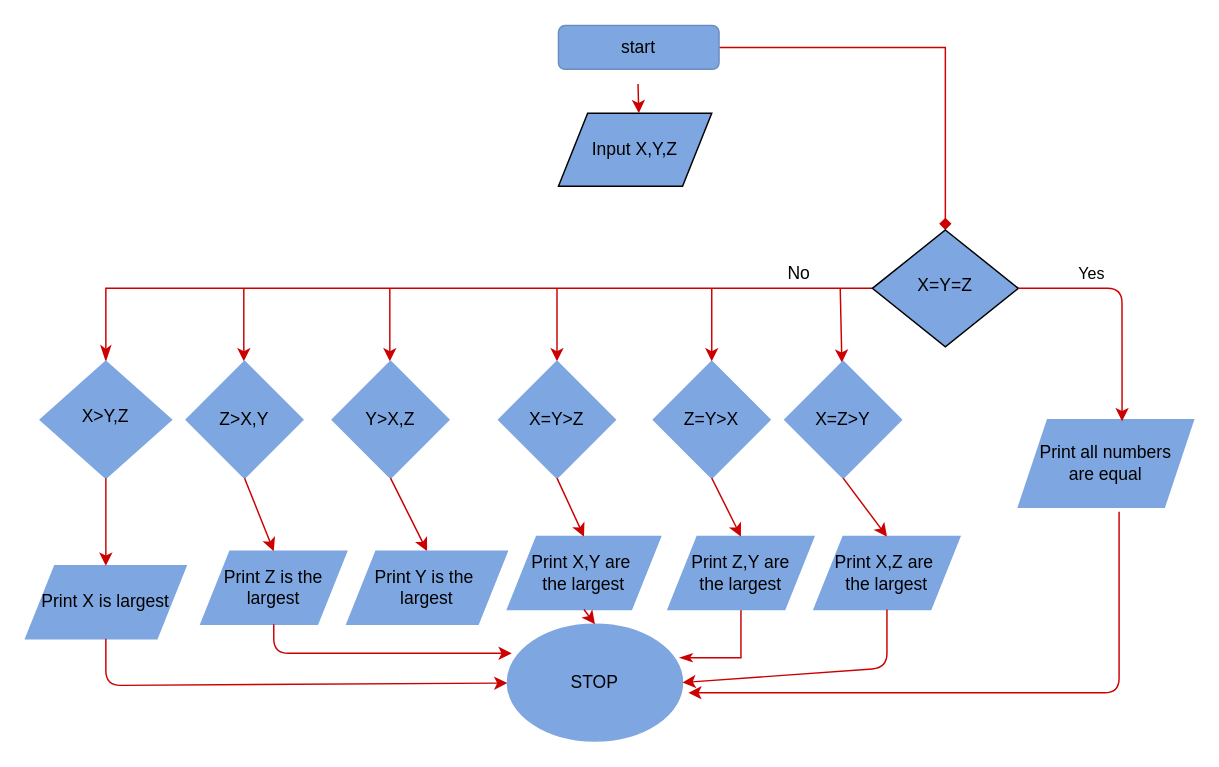
Above: Untitled Diagram.drawio in quirkless701/Hello-world (draw.io), before the change. Source tidied: cells renumbered, new cells numbered last; positions are measured from the earlier drawing's top-left corner, leaving out a move shared by most shapes. Both pictures are drawn from the tidied source at 146%, with x=0, y=0 at pixel (25, 25).
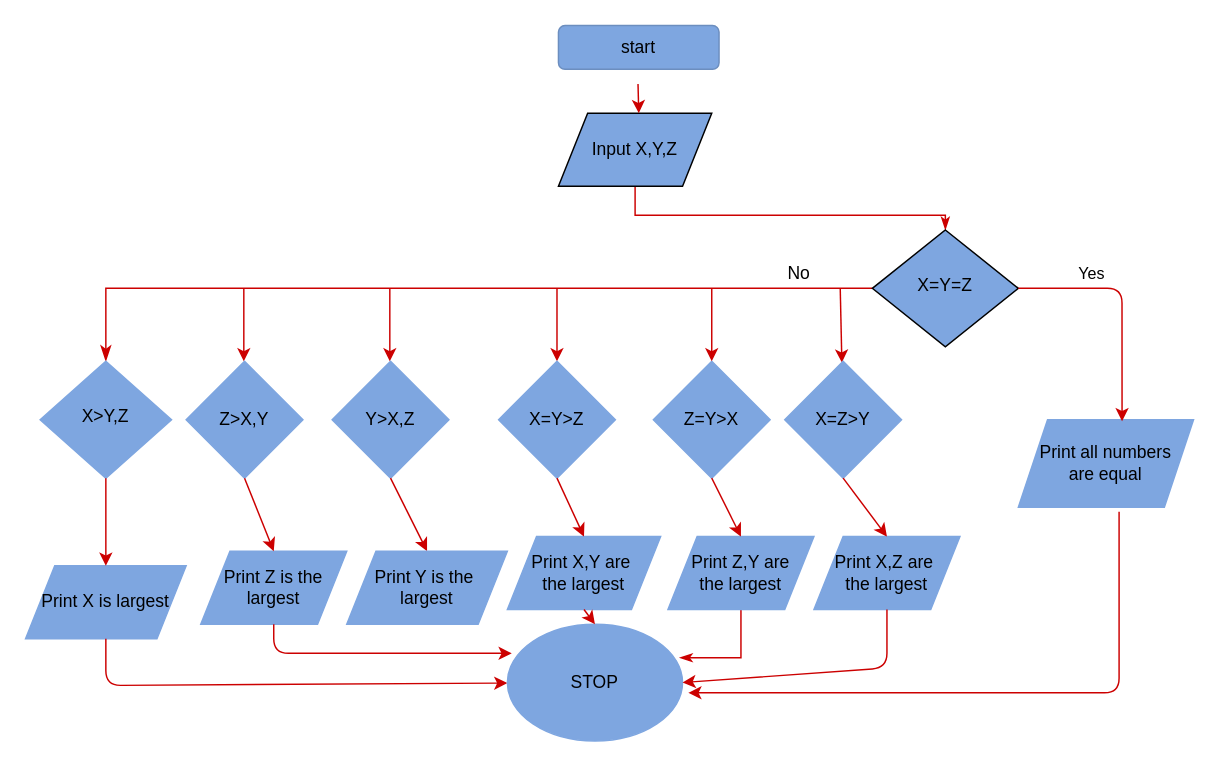
The same diagram, later.

The change refers to these unchanged cells:
```xml
<mxCell id="3" value="start" style="rounded=1;whiteSpace=wrap;html=1;fontSize=12;glass=0;strokeWidth=1;shadow=0;strokeColor=#6c8ebf;fillColor=#7EA6E0;" parent="1" vertex="1">
  <mxGeometry x="365" width="110" height="30" as="geometry" />
</mxCell>
<mxCell id="5" value="X=Y=Z" style="rhombus;whiteSpace=wrap;html=1;shadow=0;fontFamily=Helvetica;fontSize=12;align=center;strokeWidth=1;spacing=6;spacingTop=-4;fillColor=#7EA6E0;" parent="1" vertex="1">
  <mxGeometry x="580" y="140" width="100" height="80" as="geometry" />
</mxCell>
<mxCell id="7" value="Input X,Y,Z" style="shape=parallelogram;perimeter=parallelogramPerimeter;whiteSpace=wrap;html=1;fixedSize=1;fillColor=#7EA6E0;" parent="1" vertex="1">
  <mxGeometry x="365" y="60" width="105" height="50" as="geometry" />
</mxCell>
```

Change to the diagram source:
```diff
@@
-    <mxCell id="2" style="rounded=0;html=1;jettySize=auto;fontSize=11;endArrow=diamond;endFill=1;strokeWidth=1;shadow=0;labelBackgroundColor=none;edgeStyle=orthogonalEdgeStyle;strokeColor=#CC0000;" parent="1" edge="1" source="3" target="5">
-      <mxGeometry relative="1" as="geometry" />
+    <mxCell id="2" style="rounded=0;html=1;jettySize=auto;fontSize=11;endArrow=classicThin;endFill=1;strokeWidth=1;shadow=0;labelBackgroundColor=none;edgeStyle=orthogonalEdgeStyle;strokeColor=#CC0000;exitX=0.5;exitY=1;exitDx=0;exitDy=0;" parent="1" edge="1" source="7" target="5">
+      <mxGeometry relative="1" as="geometry">
+        <Array as="points">
+          <mxPoint x="418" y="130" />
+          <mxPoint x="630" y="130" />
+        </Array>
+      </mxGeometry>
     </mxCell>
```
